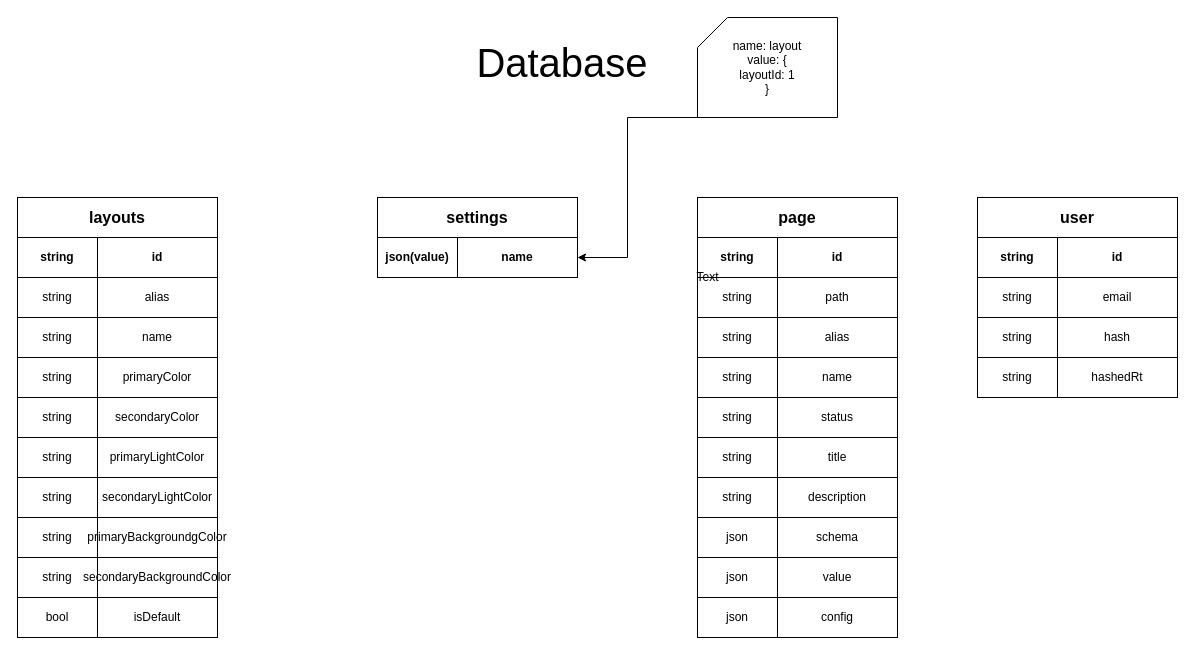
Earlier version of the draw.io diagram docs/diagrams/server/server_db_scheme.drawio (snitsweb/NextGenCMS). Source tidied: cells renumbered, new cells numbered last; positions are measured from the earlier drawing's top-left corner, leaving out a move shared by most shapes. Both pictures are drawn from the tidied source at 100%, with x=0, y=0 at pixel (17, 17).
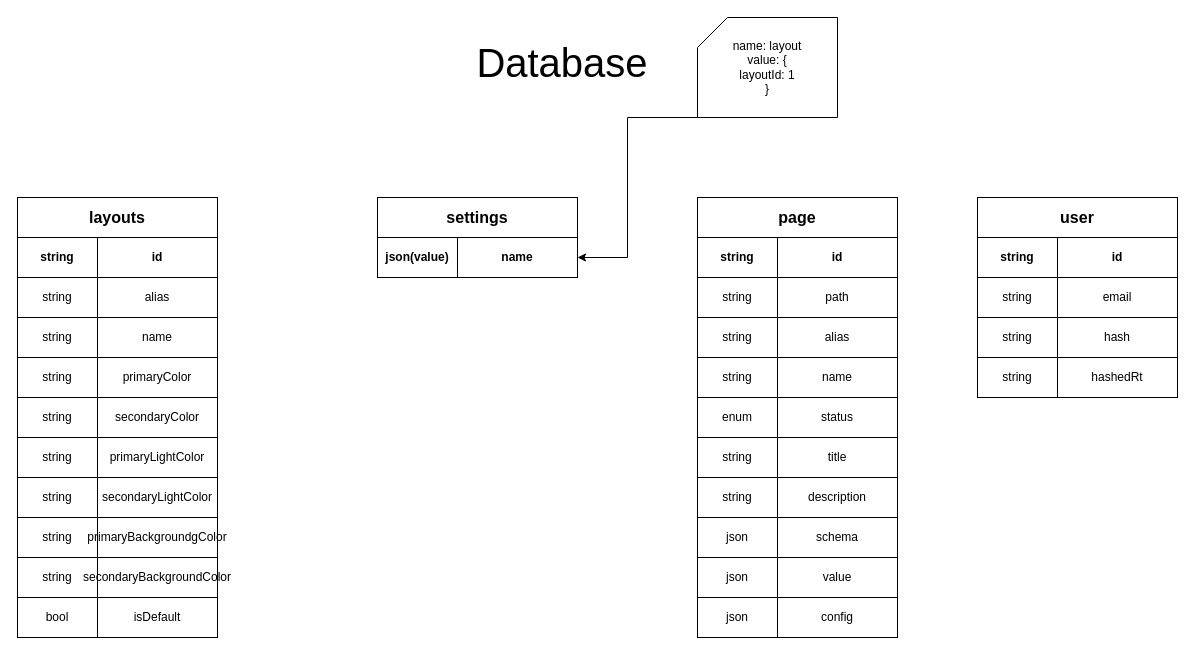
After the change.

Unchanged cells that the change refers to:
```xml
<mxCell id="15" style="group;" parent="1" vertex="1">
  <mxGeometry x="680" y="380" width="200" height="40" as="geometry" />
</mxCell>
```

Change to the diagram source:
```diff
@@
-    <mxCell id="16" value="string" style="rounded=0;whiteSpace=wrap;html=1;" parent="15" vertex="1">
+    <mxCell id="16" value="enum" style="rounded=0;whiteSpace=wrap;html=1;" parent="15" vertex="1">
       <mxGeometry width="80" height="40" as="geometry" />
     </mxCell>
@@
-    <mxCell id="84" value="Text" style="text;html=1;align=center;verticalAlign=middle;fillColor=none;strokeColor=none;rounded=0;" parent="1" vertex="1">
-      <mxGeometry x="665" y="245" width="50" height="30" as="geometry" />
-    </mxCell>
```
